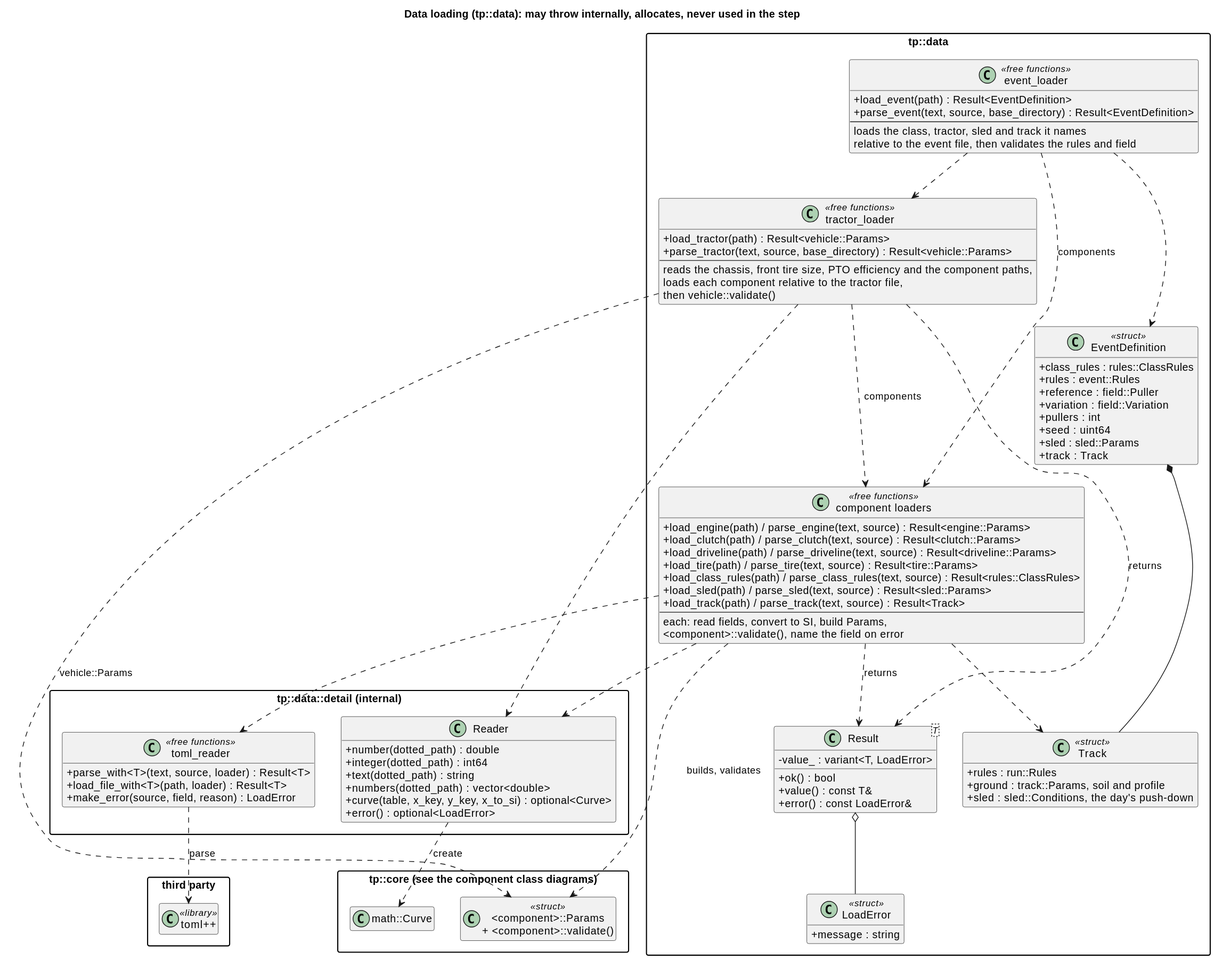
Above: docs/diagrams/svg/data_io_classes.svg in wversteeg/TractorPulling (PlantUML), before the change.
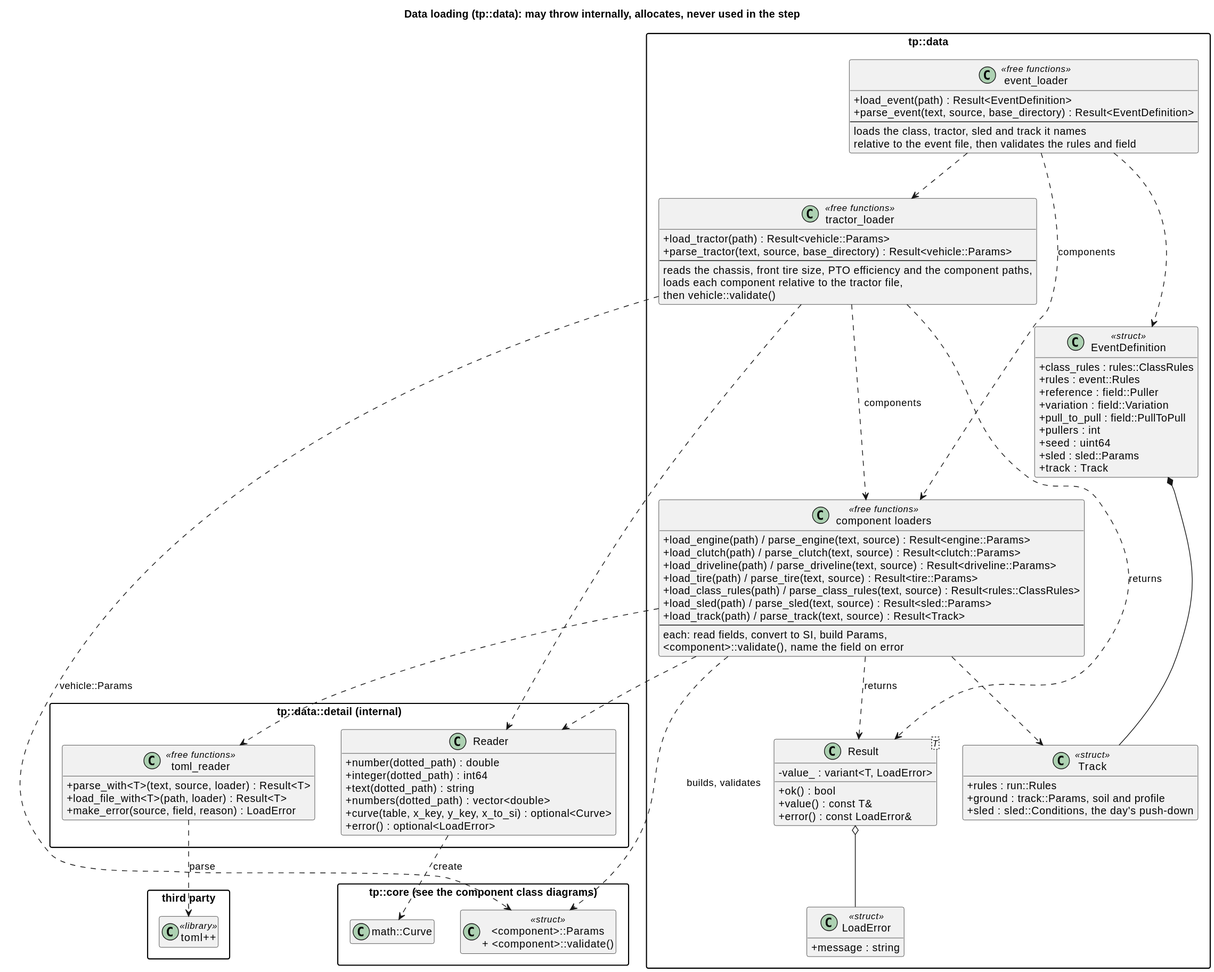
After the commit.

The edit, as a diff of the source:
```diff
@@ -37,6 +37,7 @@
     +rules : event::Rules
     +reference : field::Puller
     +variation : field::Variation
+    +pull_to_pull : field::PullToPull
     +pullers : int
     +seed : uint64
     +sled : sled::Params
```
